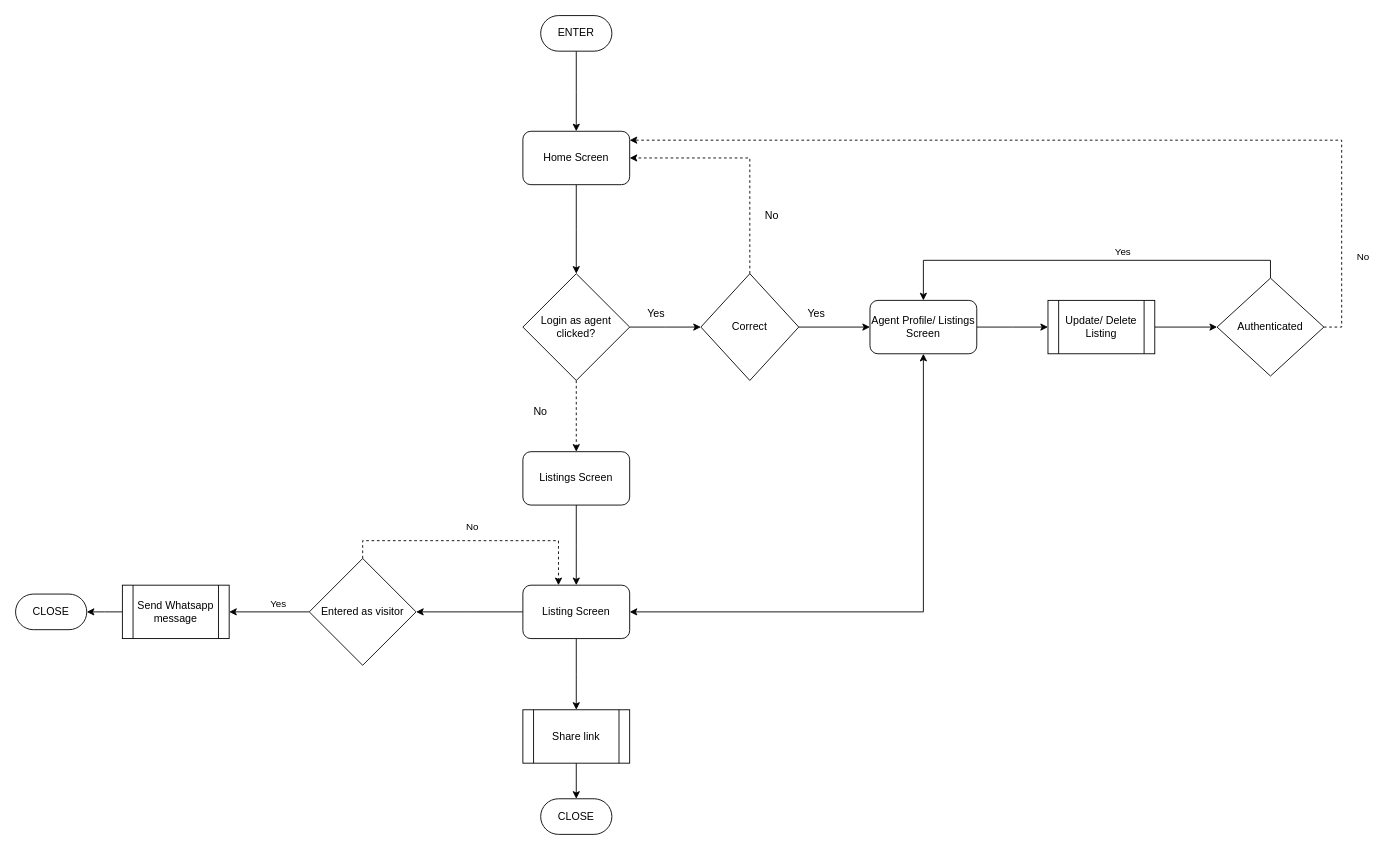
Above: userjourneyf.drawio in SadmanYasar/hello-world (draw.io), before the change. Source tidied: cells renumbered, new cells numbered last; positions are measured from the earlier drawing's top-left corner, leaving out a move shared by most shapes. Both pictures are drawn from the tidied source at 89%, with x=0, y=0 at pixel (15, 15).
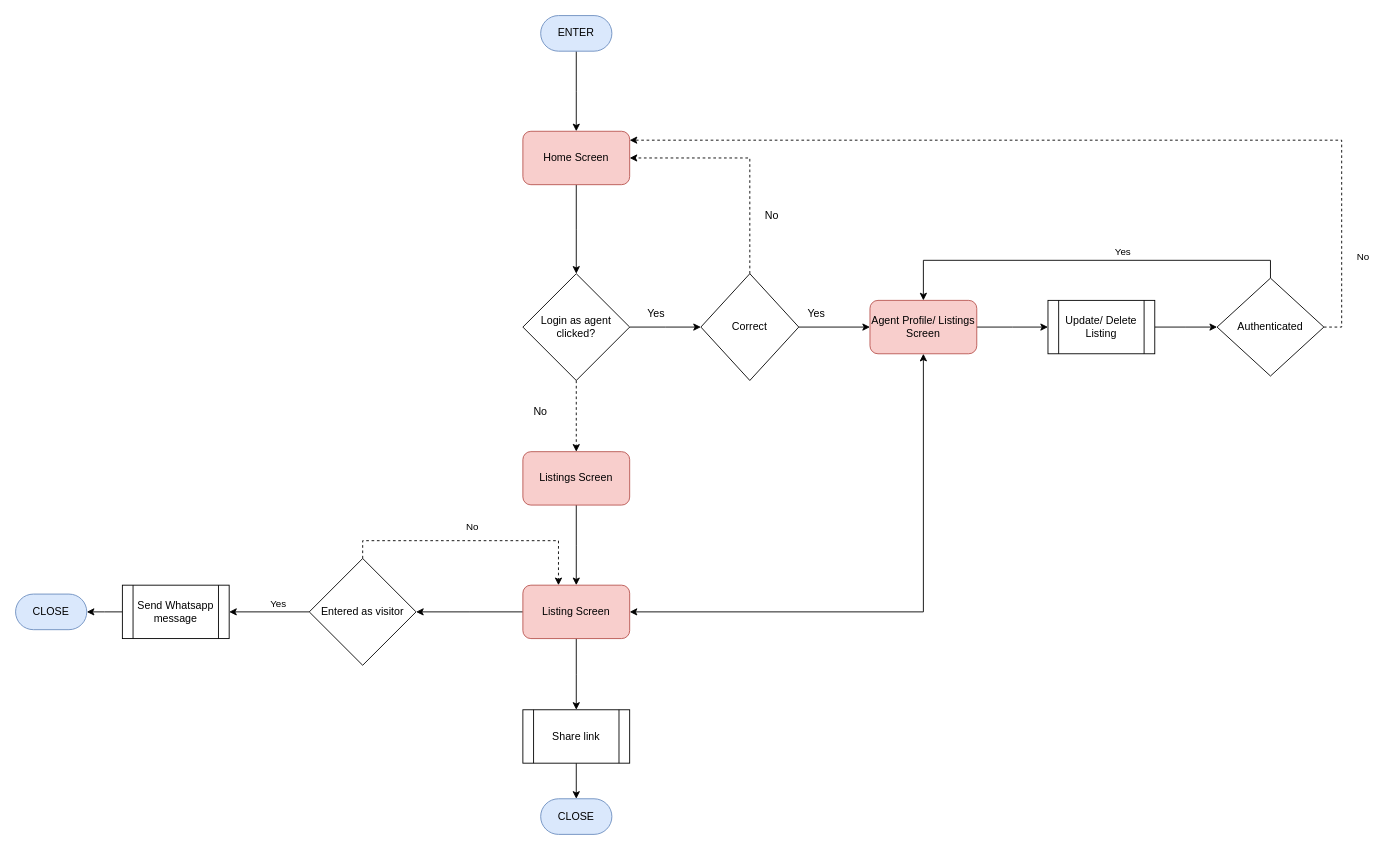
The same page after the edit.

Diff of the diagram source:
```diff
@@
-    <mxCell id="3" value="ENTER" style="rounded=1;whiteSpace=wrap;html=1;fontSize=12;glass=0;strokeWidth=1;shadow=0;arcSize=50;" parent="1" vertex="1">
+    <mxCell id="3" value="ENTER" style="rounded=1;whiteSpace=wrap;html=1;fontSize=12;glass=0;strokeWidth=1;shadow=0;arcSize=50;fillColor=#dae8fc;strokeColor=#6c8ebf;" parent="1" vertex="1">
       <mxGeometry x="590" width="80" height="40" as="geometry" />
     </mxCell>
@@
-    <mxCell id="5" value="Home Screen" style="rounded=1;whiteSpace=wrap;html=1;" parent="1" vertex="1">
+    <mxCell id="5" value="Home Screen" style="rounded=1;whiteSpace=wrap;html=1;fillColor=#f8cecc;strokeColor=#b85450;" parent="1" vertex="1">
       <mxGeometry x="570" y="130" width="120" height="60" as="geometry" />
     </mxCell>
@@
-    <mxCell id="12" value="Listings Screen" style="rounded=1;whiteSpace=wrap;html=1;" parent="1" vertex="1">
+    <mxCell id="12" value="Listings Screen" style="rounded=1;whiteSpace=wrap;html=1;fillColor=#f8cecc;strokeColor=#b85450;" parent="1" vertex="1">
       <mxGeometry x="570" y="490" width="120" height="60" as="geometry" />
     </mxCell>
@@
-    <mxCell id="17" value="Agent Profile/ Listings Screen" style="rounded=1;whiteSpace=wrap;html=1;glass=0;" parent="1" vertex="1">
+    <mxCell id="17" value="Agent Profile/ Listings Screen" style="rounded=1;whiteSpace=wrap;html=1;glass=0;fillColor=#f8cecc;strokeColor=#b85450;" parent="1" vertex="1">
       <mxGeometry x="960" y="320" width="120" height="60" as="geometry" />
     </mxCell>
@@
-    <mxCell id="23" value="Listing Screen" style="rounded=1;whiteSpace=wrap;html=1;" parent="1" vertex="1">
+    <mxCell id="23" value="Listing Screen" style="rounded=1;whiteSpace=wrap;html=1;fillColor=#f8cecc;strokeColor=#b85450;" parent="1" vertex="1">
       <mxGeometry x="570" y="640" width="120" height="60" as="geometry" />
     </mxCell>
@@
-    <mxCell id="40" value="CLOSE" style="rounded=1;whiteSpace=wrap;html=1;fontSize=12;glass=0;strokeWidth=1;shadow=0;arcSize=50;" parent="1" vertex="1">
+    <mxCell id="40" value="CLOSE" style="rounded=1;whiteSpace=wrap;html=1;fontSize=12;glass=0;strokeWidth=1;shadow=0;arcSize=50;fillColor=#dae8fc;strokeColor=#6c8ebf;" parent="1" vertex="1">
       <mxGeometry y="650" width="80" height="40" as="geometry" />
     </mxCell>
-    <mxCell id="41" value="CLOSE" style="rounded=1;whiteSpace=wrap;html=1;fontSize=12;glass=0;strokeWidth=1;shadow=0;arcSize=50;" parent="1" vertex="1">
+    <mxCell id="41" value="CLOSE" style="rounded=1;whiteSpace=wrap;html=1;fontSize=12;glass=0;strokeWidth=1;shadow=0;arcSize=50;fillColor=#dae8fc;strokeColor=#6c8ebf;" parent="1" vertex="1">
       <mxGeometry x="590" y="880" width="80" height="40" as="geometry" />
     </mxCell>
```
